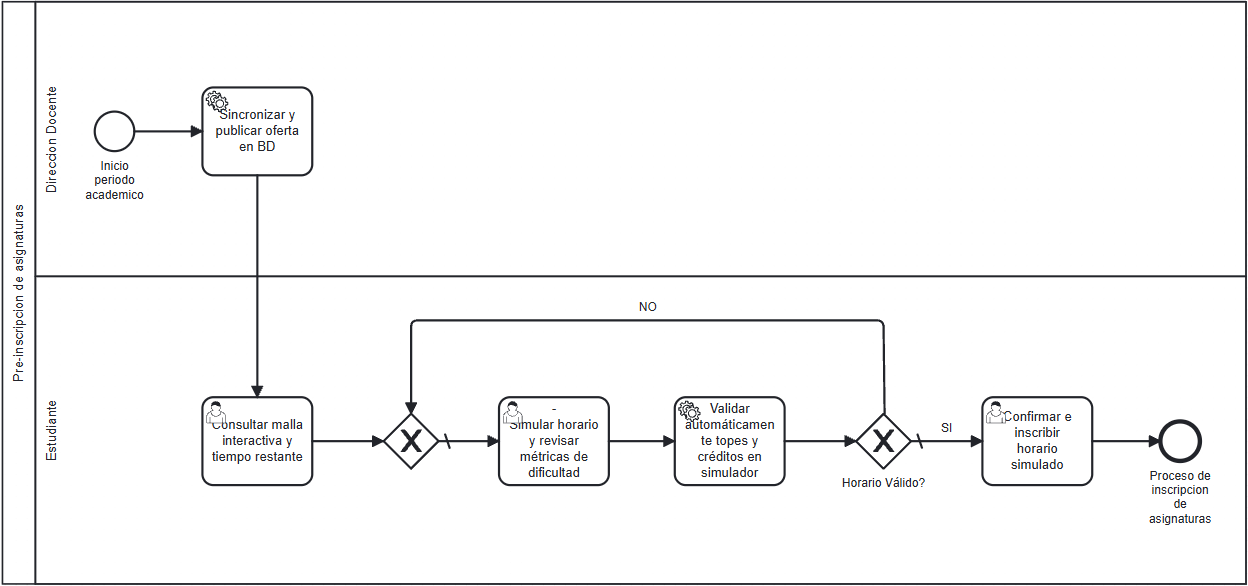
Above: diagramas/to-be.png in Maty-0/testIngReq (BPMN), before the change. Its source is kept beside it as diagramas/to-be.bpmn. Ids are renumbered. Its diagram source:
```xml
<bpmn:definitions xmlns:xsi="http://www.w3.org/2001/XMLSchema-instance" xmlns:bpmn="http://www.omg.org/spec/BPMN/20100524/MODEL" xmlns:bpmndi="http://www.omg.org/spec/BPMN/20100524/DI" xmlns:dc="http://www.omg.org/spec/DD/20100524/DC" xmlns:di="http://www.omg.org/spec/DD/20100524/DI" id="Definitions_n1" targetNamespace="http://bpmn.io/schema/bpmn" exporter="bpmn-js (https://demo.bpmn.io)" exporterVersion="18.30.1">
  <bpmn:collaboration id="Collaboration_n2">
    <bpmn:participant id="Participant_n3" name="Pre-inscripcion de asignaturas" processRef="Process_n4" />
  </bpmn:collaboration>
  <bpmn:process id="Process_n4" isExecutable="false">
    <bpmn:laneSet id="LaneSet_n5">
      <bpmn:lane id="Lane_n6" name="Direccion Docente">
        <bpmn:flowNodeRef>Activity_n7</bpmn:flowNodeRef>
        <bpmn:flowNodeRef>StartEvent_n8</bpmn:flowNodeRef>
      </bpmn:lane>
      <bpmn:lane id="Lane_n9" name="Estudiante">
        <bpmn:flowNodeRef>Activity_n10</bpmn:flowNodeRef>
        <bpmn:flowNodeRef>Activity_n11</bpmn:flowNodeRef>
        <bpmn:flowNodeRef>Activity_n12</bpmn:flowNodeRef>
        <bpmn:flowNodeRef>Gateway_n13</bpmn:flowNodeRef>
        <bpmn:flowNodeRef>Event_n14</bpmn:flowNodeRef>
        <bpmn:flowNodeRef>Activity_n15</bpmn:flowNodeRef>
        <bpmn:flowNodeRef>Gateway_n16</bpmn:flowNodeRef>
      </bpmn:lane>
    </bpmn:laneSet>
    <bpmn:serviceTask id="Activity_n7" name="Sincronizar y publicar oferta en BD">
      <bpmn:incoming>Flow_n17</bpmn:incoming>
      <bpmn:outgoing>Flow_n18</bpmn:outgoing>
    </bpmn:serviceTask>
    <bpmn:sequenceFlow id="Flow_n18" sourceRef="Activity_n7" targetRef="Activity_n10" />
    <bpmn:userTask id="Activity_n10" name="Consultar malla interactiva y tiempo restante">
      <bpmn:incoming>Flow_n18</bpmn:incoming>
      <bpmn:outgoing>Flow_n19</bpmn:outgoing>
    </bpmn:userTask>
    <bpmn:sequenceFlow id="Flow_n19" sourceRef="Activity_n10" targetRef="Gateway_n16" />
    <bpmn:sequenceFlow id="Flow_n20" sourceRef="Gateway_n16" targetRef="Activity_n11" />
    <bpmn:userTask id="Activity_n11" name="-&#10;Simular horario y revisar métricas de dificultad">
      <bpmn:incoming>Flow_n20</bpmn:incoming>
      <bpmn:outgoing>Flow_n21</bpmn:outgoing>
    </bpmn:userTask>
    <bpmn:sequenceFlow id="Flow_n21" sourceRef="Activity_n11" targetRef="Activity_n12" />
    <bpmn:serviceTask id="Activity_n12" name="Validar automáticamente topes y créditos en simulador">
      <bpmn:incoming>Flow_n21</bpmn:incoming>
      <bpmn:outgoing>Flow_n22</bpmn:outgoing>
    </bpmn:serviceTask>
    <bpmn:sequenceFlow id="Flow_n22" sourceRef="Activity_n12" targetRef="Gateway_n13" />
    <bpmn:exclusiveGateway id="Gateway_n13" name="Horario Válido?" default="Flow_n23">
      <bpmn:incoming>Flow_n22</bpmn:incoming>
      <bpmn:outgoing>Flow_n23</bpmn:outgoing>
      <bpmn:outgoing>Flow_n24</bpmn:outgoing>
    </bpmn:exclusiveGateway>
    <bpmn:sequenceFlow id="Flow_n23" name="SI" sourceRef="Gateway_n13" targetRef="Activity_n15" />
    <bpmn:endEvent id="Event_n14" name="Proceso de inscripcion de asignaturas">
      <bpmn:incoming>Flow_n25</bpmn:incoming>
    </bpmn:endEvent>
    <bpmn:userTask id="Activity_n15" name="Confirmar e inscribir horario simulado">
      <bpmn:incoming>Flow_n23</bpmn:incoming>
      <bpmn:outgoing>Flow_n25</bpmn:outgoing>
    </bpmn:userTask>
    <bpmn:sequenceFlow id="Flow_n25" sourceRef="Activity_n15" targetRef="Event_n14" />
    <bpmn:sequenceFlow id="Flow_n17" sourceRef="StartEvent_n8" targetRef="Activity_n7" />
    <bpmn:startEvent id="StartEvent_n8" name="Inicio periodo academico">
      <bpmn:outgoing>Flow_n17</bpmn:outgoing>
    </bpmn:startEvent>
    <bpmn:exclusiveGateway id="Gateway_n16" default="Flow_n20">
      <bpmn:incoming>Flow_n19</bpmn:incoming>
      <bpmn:incoming>Flow_n24</bpmn:incoming>
      <bpmn:outgoing>Flow_n20</bpmn:outgoing>
    </bpmn:exclusiveGateway>
    <bpmn:sequenceFlow id="Flow_n24" name="NO" sourceRef="Gateway_n13" targetRef="Gateway_n16" />
  </bpmn:process>
  <bpmndi:BPMNDiagram id="BPMNDiagram_1">
    <bpmndi:BPMNPlane id="BPMNPlane_1" bpmnElement="Collaboration_n2">
      <bpmndi:BPMNShape id="Participant_n3_di" bpmnElement="Participant_n3" isHorizontal="true">
        <dc:Bounds x="198" y="80" width="1132" height="530" />
        <bpmndi:BPMNLabel />
      </bpmndi:BPMNShape>
      <bpmndi:BPMNShape id="Lane_n6_di" bpmnElement="Lane_n6" isHorizontal="true">
        <dc:Bounds x="228" y="80" width="1102" height="250" />
        <bpmndi:BPMNLabel />
      </bpmndi:BPMNShape>
      <bpmndi:BPMNShape id="Lane_n9_di" bpmnElement="Lane_n9" isHorizontal="true">
        <dc:Bounds x="228" y="330" width="1102" height="280" />
        <bpmndi:BPMNLabel />
      </bpmndi:BPMNShape>
      <bpmndi:BPMNShape id="Activity_n7_di" bpmnElement="Activity_n7">
        <dc:Bounds x="380" y="158" width="100" height="80" />
        <bpmndi:BPMNLabel />
      </bpmndi:BPMNShape>
      <bpmndi:BPMNShape id="Activity_n10_di" bpmnElement="Activity_n10">
        <dc:Bounds x="380" y="440" width="100" height="80" />
        <bpmndi:BPMNLabel />
      </bpmndi:BPMNShape>
      <bpmndi:BPMNShape id="Activity_n11_di" bpmnElement="Activity_n11">
        <dc:Bounds x="650" y="440" width="100" height="80" />
        <bpmndi:BPMNLabel />
      </bpmndi:BPMNShape>
      <bpmndi:BPMNShape id="Activity_n12_di" bpmnElement="Activity_n12">
        <dc:Bounds x="810" y="440" width="100" height="80" />
        <bpmndi:BPMNLabel />
      </bpmndi:BPMNShape>
      <bpmndi:BPMNShape id="Gateway_n13_di" bpmnElement="Gateway_n13" isMarkerVisible="true">
        <dc:Bounds x="975" y="455" width="50" height="50" />
        <bpmndi:BPMNLabel>
          <dc:Bounds x="962" y="512" width="76" height="14" />
        </bpmndi:BPMNLabel>
      </bpmndi:BPMNShape>
      <bpmndi:BPMNShape id="Event_n14_di" bpmnElement="Event_n14">
        <dc:Bounds x="1252" y="462" width="36" height="36" />
        <bpmndi:BPMNLabel>
          <dc:Bounds x="1236" y="505" width="68" height="53" />
        </bpmndi:BPMNLabel>
      </bpmndi:BPMNShape>
      <bpmndi:BPMNShape id="Activity_n15_di" bpmnElement="Activity_n15">
        <dc:Bounds x="1090" y="440" width="100" height="80" />
        <bpmndi:BPMNLabel />
      </bpmndi:BPMNShape>
      <bpmndi:BPMNShape id="_BPMNShape_StartEvent_2" bpmnElement="StartEvent_n8">
        <dc:Bounds x="282" y="180" width="36" height="36" />
        <bpmndi:BPMNLabel>
          <dc:Bounds x="267" y="223" width="66" height="40" />
        </bpmndi:BPMNLabel>
      </bpmndi:BPMNShape>
      <bpmndi:BPMNShape id="Gateway_n16_di" bpmnElement="Gateway_n16" isMarkerVisible="true">
        <dc:Bounds x="545" y="455" width="50" height="50" />
      </bpmndi:BPMNShape>
      <bpmndi:BPMNEdge id="Flow_n18_di" bpmnElement="Flow_n18">
        <di:waypoint x="430" y="238" />
        <di:waypoint x="430" y="440" />
      </bpmndi:BPMNEdge>
      <bpmndi:BPMNEdge id="Flow_n19_di" bpmnElement="Flow_n19">
        <di:waypoint x="480" y="480" />
        <di:waypoint x="545" y="480" />
      </bpmndi:BPMNEdge>
      <bpmndi:BPMNEdge id="Flow_n20_di" bpmnElement="Flow_n20">
        <di:waypoint x="595" y="480" />
        <di:waypoint x="650" y="480" />
      </bpmndi:BPMNEdge>
      <bpmndi:BPMNEdge id="Flow_n21_di" bpmnElement="Flow_n21">
        <di:waypoint x="750" y="480" />
        <di:waypoint x="810" y="480" />
      </bpmndi:BPMNEdge>
      <bpmndi:BPMNEdge id="Flow_n22_di" bpmnElement="Flow_n22">
        <di:waypoint x="910" y="480" />
        <di:waypoint x="975" y="480" />
      </bpmndi:BPMNEdge>
      <bpmndi:BPMNEdge id="Flow_n23_di" bpmnElement="Flow_n23">
        <di:waypoint x="1025" y="480" />
        <di:waypoint x="1090" y="480" />
        <bpmndi:BPMNLabel>
          <dc:Bounds x="1052" y="462" width="11" height="14" />
        </bpmndi:BPMNLabel>
      </bpmndi:BPMNEdge>
      <bpmndi:BPMNEdge id="Flow_n25_di" bpmnElement="Flow_n25">
        <di:waypoint x="1190" y="480" />
        <di:waypoint x="1252" y="480" />
      </bpmndi:BPMNEdge>
      <bpmndi:BPMNEdge id="Flow_n17_di" bpmnElement="Flow_n17">
        <di:waypoint x="318" y="198" />
        <di:waypoint x="380" y="198" />
      </bpmndi:BPMNEdge>
      <bpmndi:BPMNEdge id="Flow_n24_di" bpmnElement="Flow_n24">
        <di:waypoint x="1001" y="456" />
        <di:waypoint x="1000" y="370" />
        <di:waypoint x="570" y="370" />
        <di:waypoint x="570" y="455" />
        <bpmndi:BPMNLabel>
          <dc:Bounds x="777" y="352" width="17" height="14" />
        </bpmndi:BPMNLabel>
      </bpmndi:BPMNEdge>
    </bpmndi:BPMNPlane>
  </bpmndi:BPMNDiagram>
</bpmn:definitions>
```
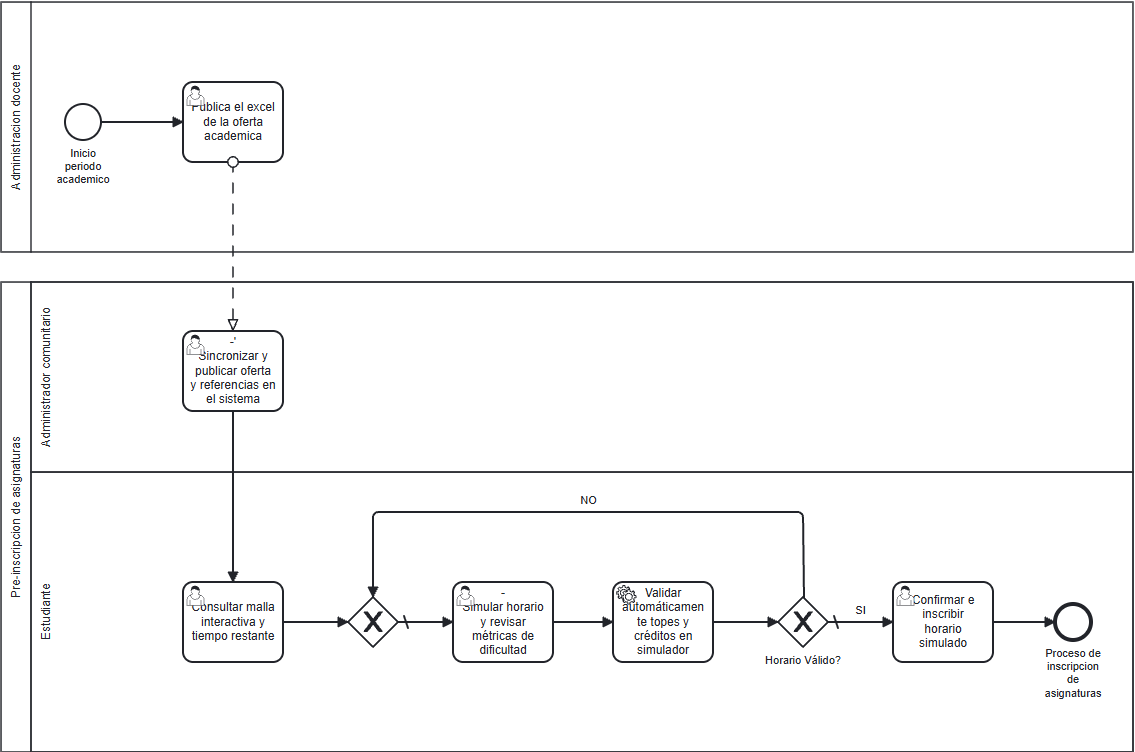
After the commit.

Commit message:
correcion gramatical y actualizacion de diagramas

What changed in the source:
```diff
@@ -1,13 +1,11 @@
 <bpmn:definitions xmlns:xsi="http://www.w3.org/2001/XMLSchema-instance" xmlns:bpmn="http://www.omg.org/spec/BPMN/20100524/MODEL" xmlns:bpmndi="http://www.omg.org/spec/BPMN/20100524/DI" xmlns:dc="http://www.omg.org/spec/DD/20100524/DC" xmlns:di="http://www.omg.org/spec/DD/20100524/DI" id="Definitions_n1" targetNamespace="http://bpmn.io/schema/bpmn" exporter="bpmn-js (https://demo.bpmn.io)" exporterVersion="18.30.1">
   <bpmn:collaboration id="Collaboration_n2">
     <bpmn:participant id="Participant_n3" name="Pre-inscripcion de asignaturas" processRef="Process_n4" />
+    <bpmn:participant id="Participant_n26" name="Administracion docente" processRef="Process_n27" />
+    <bpmn:messageFlow id="Flow_n28" sourceRef="Activity_n29" targetRef="Activity_n7" />
   </bpmn:collaboration>
   <bpmn:process id="Process_n4" isExecutable="false">
     <bpmn:laneSet id="LaneSet_n5">
-      <bpmn:lane id="Lane_n6" name="Direccion Docente">
-        <bpmn:flowNodeRef>Activity_n7</bpmn:flowNodeRef>
-        <bpmn:flowNodeRef>StartEvent_n8</bpmn:flowNodeRef>
-      </bpmn:lane>
       <bpmn:lane id="Lane_n9" name="Estudiante">
         <bpmn:flowNodeRef>Activity_n10</bpmn:flowNodeRef>
         <bpmn:flowNodeRef>Activity_n11</bpmn:flowNodeRef>
@@ -17,34 +15,27 @@
         <bpmn:flowNodeRef>Activity_n15</bpmn:flowNodeRef>
         <bpmn:flowNodeRef>Gateway_n16</bpmn:flowNodeRef>
       </bpmn:lane>
+      <bpmn:lane id="Lane_n30" name="Administrador comunitario">
+        <bpmn:flowNodeRef>Activity_n7</bpmn:flowNodeRef>
+      </bpmn:lane>
     </bpmn:laneSet>
-    <bpmn:serviceTask id="Activity_n7" name="Sincronizar y publicar oferta en BD">
-      <bpmn:incoming>Flow_n17</bpmn:incoming>
-      <bpmn:outgoing>Flow_n18</bpmn:outgoing>
-    </bpmn:serviceTask>
-    <bpmn:sequenceFlow id="Flow_n18" sourceRef="Activity_n7" targetRef="Activity_n10" />
     <bpmn:userTask id="Activity_n10" name="Consultar malla interactiva y tiempo restante">
       <bpmn:incoming>Flow_n18</bpmn:incoming>
       <bpmn:outgoing>Flow_n19</bpmn:outgoing>
     </bpmn:userTask>
-    <bpmn:sequenceFlow id="Flow_n19" sourceRef="Activity_n10" targetRef="Gateway_n16" />
-    <bpmn:sequenceFlow id="Flow_n20" sourceRef="Gateway_n16" targetRef="Activity_n11" />
     <bpmn:userTask id="Activity_n11" name="-&#10;Simular horario y revisar métricas de dificultad">
       <bpmn:incoming>Flow_n20</bpmn:incoming>
       <bpmn:outgoing>Flow_n21</bpmn:outgoing>
     </bpmn:userTask>
-    <bpmn:sequenceFlow id="Flow_n21" sourceRef="Activity_n11" targetRef="Activity_n12" />
     <bpmn:serviceTask id="Activity_n12" name="Validar automáticamente topes y créditos en simulador">
       <bpmn:incoming>Flow_n21</bpmn:incoming>
       <bpmn:outgoing>Flow_n22</bpmn:outgoing>
     </bpmn:serviceTask>
-    <bpmn:sequenceFlow id="Flow_n22" sourceRef="Activity_n12" targetRef="Gateway_n13" />
     <bpmn:exclusiveGateway id="Gateway_n13" name="Horario Válido?" default="Flow_n23">
       <bpmn:incoming>Flow_n22</bpmn:incoming>
       <bpmn:outgoing>Flow_n23</bpmn:outgoing>
       <bpmn:outgoing>Flow_n24</bpmn:outgoing>
     </bpmn:exclusiveGateway>
-    <bpmn:sequenceFlow id="Flow_n23" name="SI" sourceRef="Gateway_n13" targetRef="Activity_n15" />
     <bpmn:endEvent id="Event_n14" name="Proceso de inscripcion de asignaturas">
       <bpmn:incoming>Flow_n25</bpmn:incoming>
     </bpmn:endEvent>
@@ -52,116 +43,141 @@
       <bpmn:incoming>Flow_n23</bpmn:incoming>
       <bpmn:outgoing>Flow_n25</bpmn:outgoing>
     </bpmn:userTask>
-    <bpmn:sequenceFlow id="Flow_n25" sourceRef="Activity_n15" targetRef="Event_n14" />
-    <bpmn:sequenceFlow id="Flow_n17" sourceRef="StartEvent_n8" targetRef="Activity_n7" />
-    <bpmn:startEvent id="StartEvent_n8" name="Inicio periodo academico">
-      <bpmn:outgoing>Flow_n17</bpmn:outgoing>
-    </bpmn:startEvent>
     <bpmn:exclusiveGateway id="Gateway_n16" default="Flow_n20">
       <bpmn:incoming>Flow_n19</bpmn:incoming>
       <bpmn:incoming>Flow_n24</bpmn:incoming>
       <bpmn:outgoing>Flow_n20</bpmn:outgoing>
     </bpmn:exclusiveGateway>
+    <bpmn:userTask id="Activity_n7" name="-&#39;&#10;Sincronizar y publicar oferta y referencias en el sistema">
+      <bpmn:outgoing>Flow_n18</bpmn:outgoing>
+    </bpmn:userTask>
+    <bpmn:sequenceFlow id="Flow_n18" sourceRef="Activity_n7" targetRef="Activity_n10" />
+    <bpmn:sequenceFlow id="Flow_n19" sourceRef="Activity_n10" targetRef="Gateway_n16" />
+    <bpmn:sequenceFlow id="Flow_n20" sourceRef="Gateway_n16" targetRef="Activity_n11" />
+    <bpmn:sequenceFlow id="Flow_n21" sourceRef="Activity_n11" targetRef="Activity_n12" />
+    <bpmn:sequenceFlow id="Flow_n22" sourceRef="Activity_n12" targetRef="Gateway_n13" />
+    <bpmn:sequenceFlow id="Flow_n23" name="SI" sourceRef="Gateway_n13" targetRef="Activity_n15" />
     <bpmn:sequenceFlow id="Flow_n24" name="NO" sourceRef="Gateway_n13" targetRef="Gateway_n16" />
+    <bpmn:sequenceFlow id="Flow_n25" sourceRef="Activity_n15" targetRef="Event_n14" />
+  </bpmn:process>
+  <bpmn:process id="Process_n27">
+    <bpmn:startEvent id="StartEvent_n8" name="Inicio periodo academico">
+      <bpmn:outgoing>Flow_n31</bpmn:outgoing>
+    </bpmn:startEvent>
+    <bpmn:userTask id="Activity_n29" name="Publica el excel de la oferta academica">
+      <bpmn:incoming>Flow_n31</bpmn:incoming>
+    </bpmn:userTask>
+    <bpmn:sequenceFlow id="Flow_n31" sourceRef="StartEvent_n8" targetRef="Activity_n29" />
   </bpmn:process>
   <bpmndi:BPMNDiagram id="BPMNDiagram_1">
     <bpmndi:BPMNPlane id="BPMNPlane_1" bpmnElement="Collaboration_n2">
       <bpmndi:BPMNShape id="Participant_n3_di" bpmnElement="Participant_n3" isHorizontal="true">
-        <dc:Bounds x="198" y="80" width="1132" height="530" />
-        <bpmndi:BPMNLabel />
-      </bpmndi:BPMNShape>
-      <bpmndi:BPMNShape id="Lane_n6_di" bpmnElement="Lane_n6" isHorizontal="true">
-        <dc:Bounds x="228" y="80" width="1102" height="250" />
+        <dc:Bounds x="198" y="360" width="1132" height="470" />
         <bpmndi:BPMNLabel />
       </bpmndi:BPMNShape>
       <bpmndi:BPMNShape id="Lane_n9_di" bpmnElement="Lane_n9" isHorizontal="true">
-        <dc:Bounds x="228" y="330" width="1102" height="280" />
+        <dc:Bounds x="228" y="550" width="1102" height="280" />
         <bpmndi:BPMNLabel />
       </bpmndi:BPMNShape>
-      <bpmndi:BPMNShape id="Activity_n7_di" bpmnElement="Activity_n7">
-        <dc:Bounds x="380" y="158" width="100" height="80" />
+      <bpmndi:BPMNShape id="Lane_n30_di" bpmnElement="Lane_n30" isHorizontal="true">
+        <dc:Bounds x="228" y="360" width="1102" height="190" />
         <bpmndi:BPMNLabel />
       </bpmndi:BPMNShape>
       <bpmndi:BPMNShape id="Activity_n10_di" bpmnElement="Activity_n10">
-        <dc:Bounds x="380" y="440" width="100" height="80" />
+        <dc:Bounds x="380" y="660" width="100" height="80" />
         <bpmndi:BPMNLabel />
       </bpmndi:BPMNShape>
       <bpmndi:BPMNShape id="Activity_n11_di" bpmnElement="Activity_n11">
-        <dc:Bounds x="650" y="440" width="100" height="80" />
+        <dc:Bounds x="650" y="660" width="100" height="80" />
         <bpmndi:BPMNLabel />
       </bpmndi:BPMNShape>
       <bpmndi:BPMNShape id="Activity_n12_di" bpmnElement="Activity_n12">
-        <dc:Bounds x="810" y="440" width="100" height="80" />
+        <dc:Bounds x="810" y="660" width="100" height="80" />
         <bpmndi:BPMNLabel />
       </bpmndi:BPMNShape>
       <bpmndi:BPMNShape id="Gateway_n13_di" bpmnElement="Gateway_n13" isMarkerVisible="true">
-        <dc:Bounds x="975" y="455" width="50" height="50" />
+        <dc:Bounds x="975" y="675" width="50" height="50" />
         <bpmndi:BPMNLabel>
-          <dc:Bounds x="962" y="512" width="76" height="14" />
+          <dc:Bounds x="962" y="732" width="76" height="14" />
         </bpmndi:BPMNLabel>
       </bpmndi:BPMNShape>
       <bpmndi:BPMNShape id="Event_n14_di" bpmnElement="Event_n14">
-        <dc:Bounds x="1252" y="462" width="36" height="36" />
+        <dc:Bounds x="1252" y="682" width="36" height="36" />
         <bpmndi:BPMNLabel>
-          <dc:Bounds x="1236" y="505" width="68" height="53" />
+          <dc:Bounds x="1236" y="725" width="68" height="40" />
         </bpmndi:BPMNLabel>
       </bpmndi:BPMNShape>
       <bpmndi:BPMNShape id="Activity_n15_di" bpmnElement="Activity_n15">
-        <dc:Bounds x="1090" y="440" width="100" height="80" />
+        <dc:Bounds x="1090" y="660" width="100" height="80" />
+        <bpmndi:BPMNLabel />
+      </bpmndi:BPMNShape>
+      <bpmndi:BPMNShape id="Gateway_n16_di" bpmnElement="Gateway_n16" isMarkerVisible="true">
+        <dc:Bounds x="545" y="675" width="50" height="50" />
+      </bpmndi:BPMNShape>
+      <bpmndi:BPMNShape id="Activity_1s1zcmi_di" bpmnElement="Activity_n7">
+        <dc:Bounds x="380" y="409" width="100" height="80" />
+        <bpmndi:BPMNLabel />
+      </bpmndi:BPMNShape>
+      <bpmndi:BPMNEdge id="Flow_n18_di" bpmnElement="Flow_n18">
+        <di:waypoint x="430" y="489" />
+        <di:waypoint x="430" y="660" />
+      </bpmndi:BPMNEdge>
+      <bpmndi:BPMNEdge id="Flow_n19_di" bpmnElement="Flow_n19">
+        <di:waypoint x="480" y="700" />
+        <di:waypoint x="545" y="700" />
+      </bpmndi:BPMNEdge>
+      <bpmndi:BPMNEdge id="Flow_n20_di" bpmnElement="Flow_n20">
+        <di:waypoint x="595" y="700" />
+        <di:waypoint x="650" y="700" />
+      </bpmndi:BPMNEdge>
+      <bpmndi:BPMNEdge id="Flow_n21_di" bpmnElement="Flow_n21">
+        <di:waypoint x="750" y="700" />
+        <di:waypoint x="810" y="700" />
+      </bpmndi:BPMNEdge>
+      <bpmndi:BPMNEdge id="Flow_n22_di" bpmnElement="Flow_n22">
+        <di:waypoint x="910" y="700" />
+        <di:waypoint x="975" y="700" />
+      </bpmndi:BPMNEdge>
+      <bpmndi:BPMNEdge id="Flow_n23_di" bpmnElement="Flow_n23">
+        <di:waypoint x="1025" y="700" />
+        <di:waypoint x="1090" y="700" />
+        <bpmndi:BPMNLabel>
+          <dc:Bounds x="1052" y="682" width="11" height="14" />
+        </bpmndi:BPMNLabel>
+      </bpmndi:BPMNEdge>
+      <bpmndi:BPMNEdge id="Flow_n25_di" bpmnElement="Flow_n25">
+        <di:waypoint x="1190" y="700" />
+        <di:waypoint x="1252" y="700" />
+      </bpmndi:BPMNEdge>
+      <bpmndi:BPMNEdge id="Flow_n24_di" bpmnElement="Flow_n24">
+        <di:waypoint x="1001" y="676" />
+        <di:waypoint x="1000" y="590" />
+        <di:waypoint x="570" y="590" />
+        <di:waypoint x="570" y="675" />
+        <bpmndi:BPMNLabel>
+          <dc:Bounds x="777" y="572" width="17" height="14" />
+        </bpmndi:BPMNLabel>
+      </bpmndi:BPMNEdge>
+      <bpmndi:BPMNShape id="Participant_n26_di" bpmnElement="Participant_n26" isHorizontal="true">
+        <dc:Bounds x="198" y="80" width="1132" height="250" />
         <bpmndi:BPMNLabel />
       </bpmndi:BPMNShape>
       <bpmndi:BPMNShape id="_BPMNShape_StartEvent_2" bpmnElement="StartEvent_n8">
-        <dc:Bounds x="282" y="180" width="36" height="36" />
+        <dc:Bounds x="262" y="182" width="36" height="36" />
         <bpmndi:BPMNLabel>
-          <dc:Bounds x="267" y="223" width="66" height="40" />
+          <dc:Bounds x="247" y="225" width="66" height="27" />
         </bpmndi:BPMNLabel>
       </bpmndi:BPMNShape>
-      <bpmndi:BPMNShape id="Gateway_n16_di" bpmnElement="Gateway_n16" isMarkerVisible="true">
-        <dc:Bounds x="545" y="455" width="50" height="50" />
+      <bpmndi:BPMNShape id="Activity_1074qyh_di" bpmnElement="Activity_n29">
+        <dc:Bounds x="380" y="160" width="100" height="80" />
       </bpmndi:BPMNShape>
-      <bpmndi:BPMNEdge id="Flow_n18_di" bpmnElement="Flow_n18">
-        <di:waypoint x="430" y="238" />
-        <di:waypoint x="430" y="440" />
+      <bpmndi:BPMNEdge id="Flow_n31_di" bpmnElement="Flow_n31">
+        <di:waypoint x="298" y="200" />
+        <di:waypoint x="380" y="200" />
       </bpmndi:BPMNEdge>
-      <bpmndi:BPMNEdge id="Flow_n19_di" bpmnElement="Flow_n19">
-        <di:waypoint x="480" y="480" />
-        <di:waypoint x="545" y="480" />
-      </bpmndi:BPMNEdge>
-      <bpmndi:BPMNEdge id="Flow_n20_di" bpmnElement="Flow_n20">
-        <di:waypoint x="595" y="480" />
-        <di:waypoint x="650" y="480" />
-      </bpmndi:BPMNEdge>
-      <bpmndi:BPMNEdge id="Flow_n21_di" bpmnElement="Flow_n21">
-        <di:waypoint x="750" y="480" />
-        <di:waypoint x="810" y="480" />
-      </bpmndi:BPMNEdge>
-      <bpmndi:BPMNEdge id="Flow_n22_di" bpmnElement="Flow_n22">
-        <di:waypoint x="910" y="480" />
-        <di:waypoint x="975" y="480" />
-      </bpmndi:BPMNEdge>
-      <bpmndi:BPMNEdge id="Flow_n23_di" bpmnElement="Flow_n23">
-        <di:waypoint x="1025" y="480" />
-        <di:waypoint x="1090" y="480" />
-        <bpmndi:BPMNLabel>
-          <dc:Bounds x="1052" y="462" width="11" height="14" />
-        </bpmndi:BPMNLabel>
-      </bpmndi:BPMNEdge>
-      <bpmndi:BPMNEdge id="Flow_n25_di" bpmnElement="Flow_n25">
-        <di:waypoint x="1190" y="480" />
-        <di:waypoint x="1252" y="480" />
-      </bpmndi:BPMNEdge>
-      <bpmndi:BPMNEdge id="Flow_n17_di" bpmnElement="Flow_n17">
-        <di:waypoint x="318" y="198" />
-        <di:waypoint x="380" y="198" />
-      </bpmndi:BPMNEdge>
-      <bpmndi:BPMNEdge id="Flow_n24_di" bpmnElement="Flow_n24">
-        <di:waypoint x="1001" y="456" />
-        <di:waypoint x="1000" y="370" />
-        <di:waypoint x="570" y="370" />
-        <di:waypoint x="570" y="455" />
-        <bpmndi:BPMNLabel>
-          <dc:Bounds x="777" y="352" width="17" height="14" />
-        </bpmndi:BPMNLabel>
+      <bpmndi:BPMNEdge id="Flow_n28_di" bpmnElement="Flow_n28">
+        <di:waypoint x="430" y="240" />
+        <di:waypoint x="430" y="409" />
       </bpmndi:BPMNEdge>
     </bpmndi:BPMNPlane>
   </bpmndi:BPMNDiagram>
```
